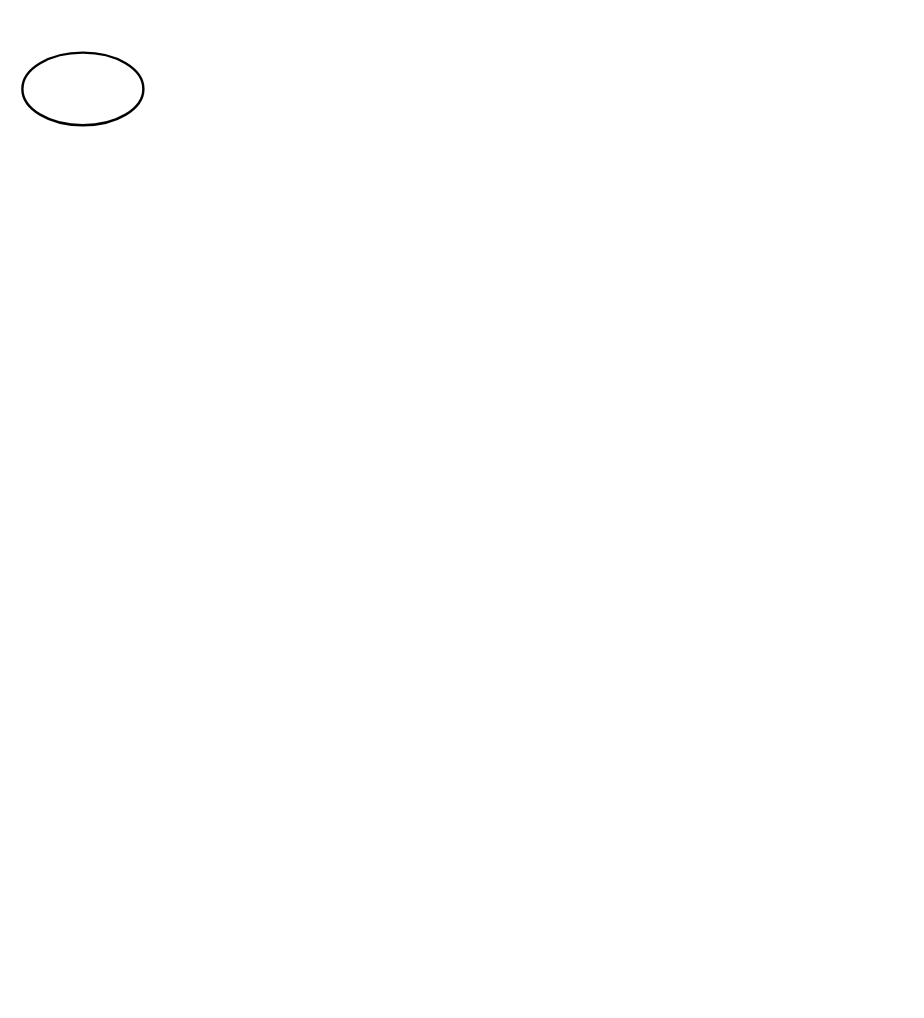
klimejo22/DMP_MiscNaPisemnou keeps this draw.io diagram as FightSystem.drawio. Above is the earlier version. Source tidied: cells renumbered, new cells numbered last; positions are measured from the earlier drawing's top-left corner, leaving out a move shared by most shapes. Both pictures are drawn from the tidied source at 121%, with x=0, y=0 at pixel (22, 52).
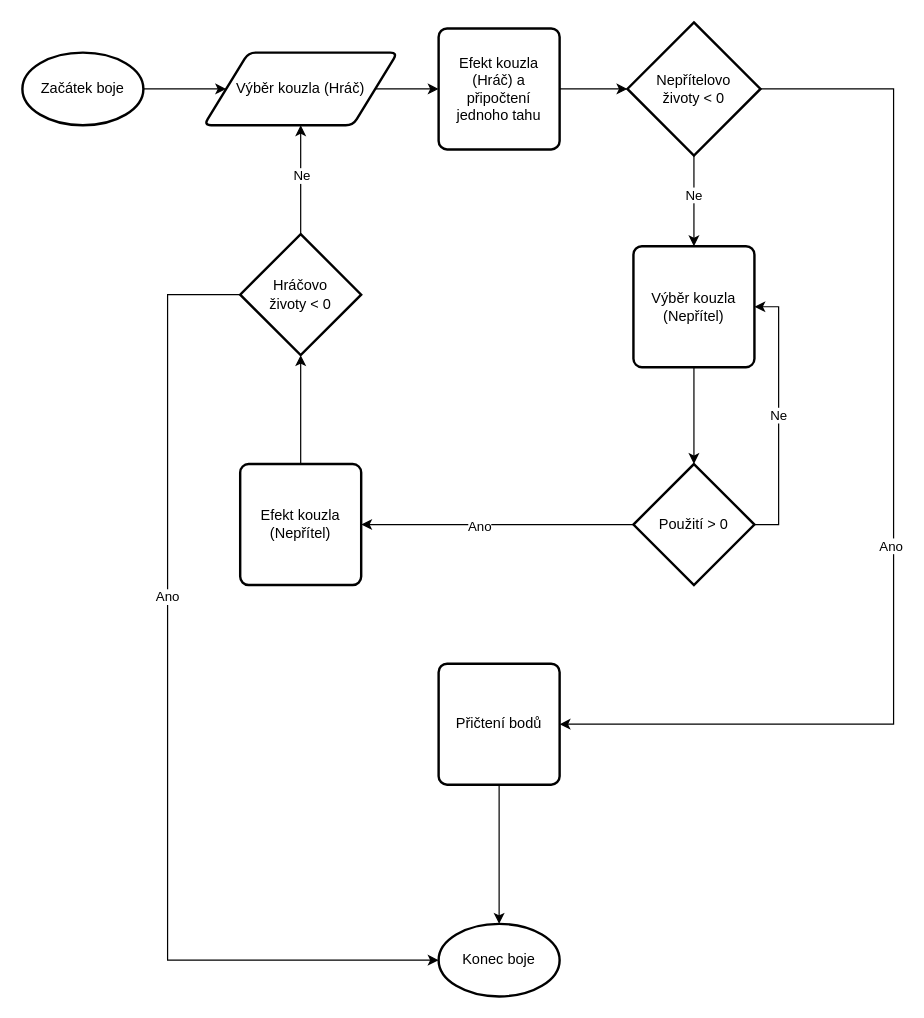
After the change.

Commit message:
Dokonceny diagram

The edit, as a diff of the source:
```diff
@@
+    <mxCell id="3" style="edgeStyle=orthogonalEdgeStyle;rounded=0;jettySize=auto;html=1;entryX=0;entryY=0.5;entryDx=0;entryDy=0;" parent="1" edge="1" source="2" target="5">
+      <mxGeometry relative="1" as="geometry" />
+    </mxCell>
-    <mxCell id="2" style="strokeWidth=2;html=1;shape=mxgraph.flowchart.start_1;whiteSpace=wrap;" parent="1" vertex="1">
+    <mxCell id="2" value="Začátek boje" style="strokeWidth=2;html=1;shape=mxgraph.flowchart.start_1;whiteSpace=wrap;" parent="1" vertex="1">
       <mxGeometry width="100" height="60" as="geometry" />
     </mxCell>
+    <mxCell id="4" style="edgeStyle=orthogonalEdgeStyle;rounded=0;jettySize=auto;html=1;entryX=0;entryY=0.5;entryDx=0;entryDy=0;" parent="1" edge="1" source="5" target="13">
+      <mxGeometry relative="1" as="geometry" />
+    </mxCell>
+    <mxCell id="5" value="Výběr kouzla (Hráč)" style="shape=parallelogram;html=1;strokeWidth=2;perimeter=parallelogramPerimeter;whiteSpace=wrap;rounded=1;arcSize=12;size=0.23;" parent="1" vertex="1">
+      <mxGeometry x="150" width="160" height="60" as="geometry" />
+    </mxCell>
+    <mxCell id="6" value="Výběr kouzla (Nepřítel)" style="rounded=1;whiteSpace=wrap;html=1;absoluteArcSize=1;arcSize=14;strokeWidth=2;" parent="1" vertex="1">
+      <mxGeometry x="505" y="160" width="100" height="100" as="geometry" />
+    </mxCell>
+    <mxCell id="7" style="edgeStyle=orthogonalEdgeStyle;rounded=0;jettySize=auto;html=1;entryX=1;entryY=0.5;entryDx=0;entryDy=0;" parent="1" edge="1" source="11" target="14">
+      <mxGeometry relative="1" as="geometry" />
+    </mxCell>
+    <mxCell id="8" value="Ano" style="edgeLabel;html=1;align=center;verticalAlign=middle;" parent="7" vertex="1">
+      <mxGeometry x="0.14" y="1" relative="1" as="geometry" />
+    </mxCell>
+    <mxCell id="9" style="edgeStyle=orthogonalEdgeStyle;rounded=0;jettySize=auto;html=1;entryX=1;entryY=0.5;entryDx=0;entryDy=0;" parent="1" edge="1" source="11" target="6">
+      <mxGeometry relative="1" as="geometry">
+        <Array as="points">
+          <mxPoint x="625" y="390" />
+          <mxPoint x="625" y="210" />
+        </Array>
+      </mxGeometry>
+    </mxCell>
+    <mxCell id="10" value="Ne" style="edgeLabel;html=1;align=center;verticalAlign=middle;" parent="9" vertex="1">
+      <mxGeometry x="0.01" y="1" relative="1" as="geometry" />
+    </mxCell>
+    <mxCell id="11" value="Použití &amp;gt; 0" style="strokeWidth=2;html=1;shape=mxgraph.flowchart.decision;whiteSpace=wrap;" parent="1" vertex="1">
+      <mxGeometry x="505" y="340" width="100" height="100" as="geometry" />
+    </mxCell>
+    <mxCell id="12" style="edgeStyle=orthogonalEdgeStyle;rounded=0;jettySize=auto;html=1;entryX=0.5;entryY=0;entryDx=0;entryDy=0;entryPerimeter=0;exitX=0.5;exitY=1;exitDx=0;exitDy=0;" parent="1" edge="1" source="6" target="11">
+      <mxGeometry relative="1" as="geometry" />
+    </mxCell>
+    <mxCell id="13" value="Efekt kouzla&lt;div&gt;(Hráč) a připočtení jednoho tahu&lt;/div&gt;" style="rounded=1;whiteSpace=wrap;html=1;absoluteArcSize=1;arcSize=14;strokeWidth=2;" parent="1" vertex="1">
+      <mxGeometry x="344" y="-20" width="100" height="100" as="geometry" />
+    </mxCell>
+    <mxCell id="14" value="Efekt kouzla&lt;div&gt;(Nepřítel)&lt;/div&gt;" style="rounded=1;whiteSpace=wrap;html=1;absoluteArcSize=1;arcSize=14;strokeWidth=2;" parent="1" vertex="1">
+      <mxGeometry x="180" y="340" width="100" height="100" as="geometry" />
+    </mxCell>
+    <mxCell id="15" style="edgeStyle=orthogonalEdgeStyle;rounded=0;jettySize=auto;html=1;entryX=0.5;entryY=0;entryDx=0;entryDy=0;" parent="1" edge="1" source="19" target="6">
+      <mxGeometry relative="1" as="geometry" />
+    </mxCell>
+    <mxCell id="16" value="Ne" style="edgeLabel;html=1;align=center;verticalAlign=middle;" parent="15" vertex="1">
+      <mxGeometry x="-0.14" y="-1" relative="1" as="geometry" />
+    </mxCell>
+    <mxCell id="17" style="edgeStyle=orthogonalEdgeStyle;rounded=0;jettySize=auto;html=1;entryX=1;entryY=0.5;entryDx=0;entryDy=0;" parent="1" edge="1" source="19" target="27">
+      <mxGeometry relative="1" as="geometry">
+        <Array as="points">
+          <mxPoint x="720" y="30" />
+          <mxPoint x="720" y="555" />
+        </Array>
+      </mxGeometry>
+    </mxCell>
+    <mxCell id="18" value="Ano" style="edgeLabel;html=1;align=center;verticalAlign=middle;" parent="17" vertex="1">
+      <mxGeometry x="0.07" y="-3" relative="1" as="geometry" />
+    </mxCell>
+    <mxCell id="19" value="Nepřítelovo&lt;div&gt;životy &amp;lt; 0&lt;/div&gt;" style="strokeWidth=2;html=1;shape=mxgraph.flowchart.decision;whiteSpace=wrap;" parent="1" vertex="1">
+      <mxGeometry x="500" y="-25" width="110" height="110" as="geometry" />
+    </mxCell>
+    <mxCell id="20" style="edgeStyle=orthogonalEdgeStyle;rounded=0;jettySize=auto;html=1;entryX=0;entryY=0.5;entryDx=0;entryDy=0;entryPerimeter=0;" parent="1" edge="1" source="13" target="19">
+      <mxGeometry relative="1" as="geometry" />
+    </mxCell>
+    <mxCell id="21" style="edgeStyle=orthogonalEdgeStyle;rounded=0;jettySize=auto;html=1;entryX=0.5;entryY=1;entryDx=0;entryDy=0;" parent="1" edge="1" source="25" target="5">
+      <mxGeometry relative="1" as="geometry" />
+    </mxCell>
+    <mxCell id="22" value="Ne" style="edgeLabel;html=1;align=center;verticalAlign=middle;" parent="21" vertex="1">
+      <mxGeometry x="0.08" relative="1" as="geometry" />
+    </mxCell>
+    <mxCell id="23" style="edgeStyle=orthogonalEdgeStyle;rounded=0;jettySize=auto;html=1;entryX=0;entryY=0.5;entryDx=0;entryDy=0;entryPerimeter=0;" parent="1" edge="1" source="25" target="28">
+      <mxGeometry relative="1" as="geometry">
+        <Array as="points">
+          <mxPoint x="120" y="200" />
+          <mxPoint x="120" y="750" />
+        </Array>
+      </mxGeometry>
+    </mxCell>
+    <mxCell id="24" value="Ano" style="edgeLabel;html=1;align=center;verticalAlign=middle;" parent="23" vertex="1">
+      <mxGeometry x="-0.26" y="-1" relative="1" as="geometry" />
+    </mxCell>
+    <mxCell id="25" value="Hráčovo&lt;div&gt;životy &amp;lt; 0&lt;/div&gt;" style="strokeWidth=2;html=1;shape=mxgraph.flowchart.decision;whiteSpace=wrap;" parent="1" vertex="1">
+      <mxGeometry x="180" y="150" width="100" height="100" as="geometry" />
+    </mxCell>
+    <mxCell id="26" style="edgeStyle=orthogonalEdgeStyle;rounded=0;jettySize=auto;html=1;entryX=0.5;entryY=1;entryDx=0;entryDy=0;entryPerimeter=0;" parent="1" edge="1" source="14" target="25">
+      <mxGeometry relative="1" as="geometry" />
+    </mxCell>
+    <mxCell id="27" value="Přičtení bodů" style="rounded=1;whiteSpace=wrap;html=1;absoluteArcSize=1;arcSize=14;strokeWidth=2;" parent="1" vertex="1">
+      <mxGeometry x="344" y="505" width="100" height="100" as="geometry" />
+    </mxCell>
+    <mxCell id="28" value="Konec boje" style="strokeWidth=2;html=1;shape=mxgraph.flowchart.start_1;whiteSpace=wrap;" parent="1" vertex="1">
+      <mxGeometry x="344" y="720" width="100" height="60" as="geometry" />
+    </mxCell>
+    <mxCell id="29" style="edgeStyle=orthogonalEdgeStyle;rounded=0;jettySize=auto;html=1;entryX=0.5;entryY=0;entryDx=0;entryDy=0;entryPerimeter=0;" parent="1" edge="1" source="27" target="28">
+      <mxGeometry relative="1" as="geometry" />
+    </mxCell>
```
